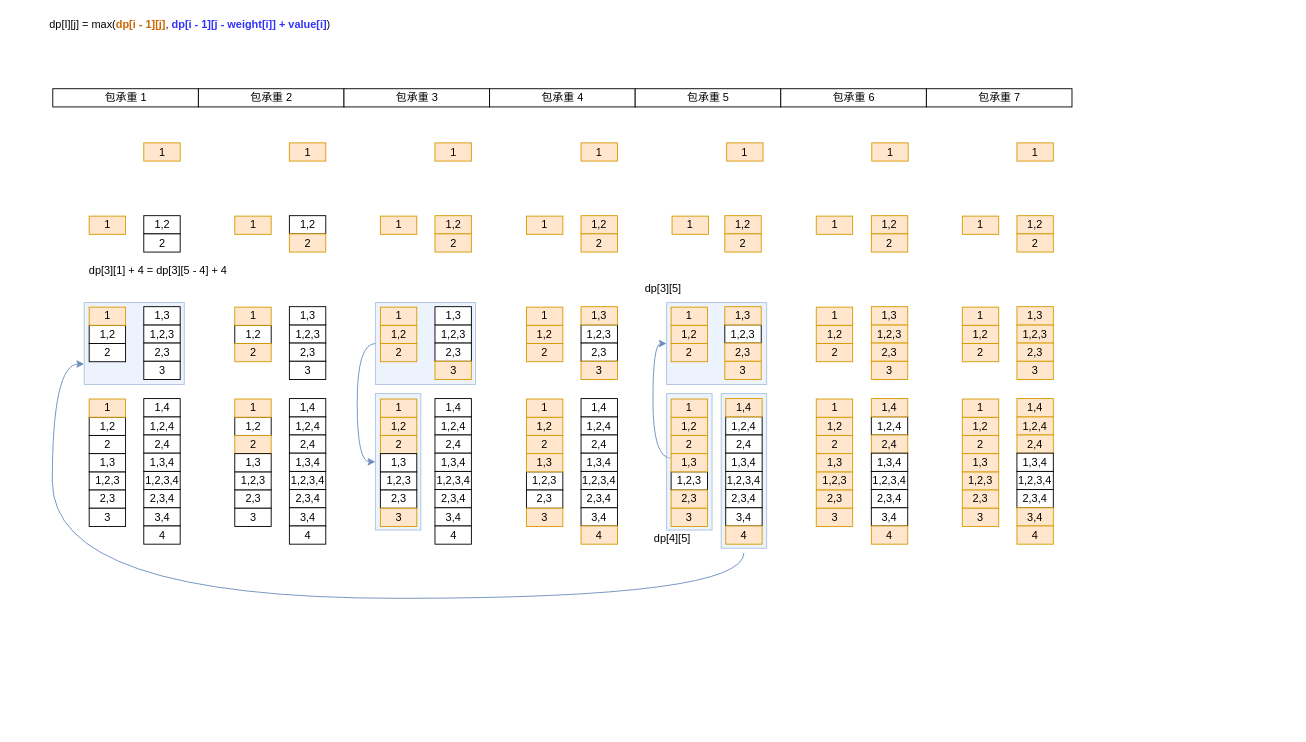
Earlier version of the draw.io diagram leetcode/backpack.drawio (rabbitcount/drawio). Source tidied: cells renumbered, new cells numbered last; positions are measured from the earlier drawing's top-left corner, leaving out a move shared by most shapes. Both pictures are drawn from the tidied source at 91%, with x=0, y=0 at pixel (43, 15).
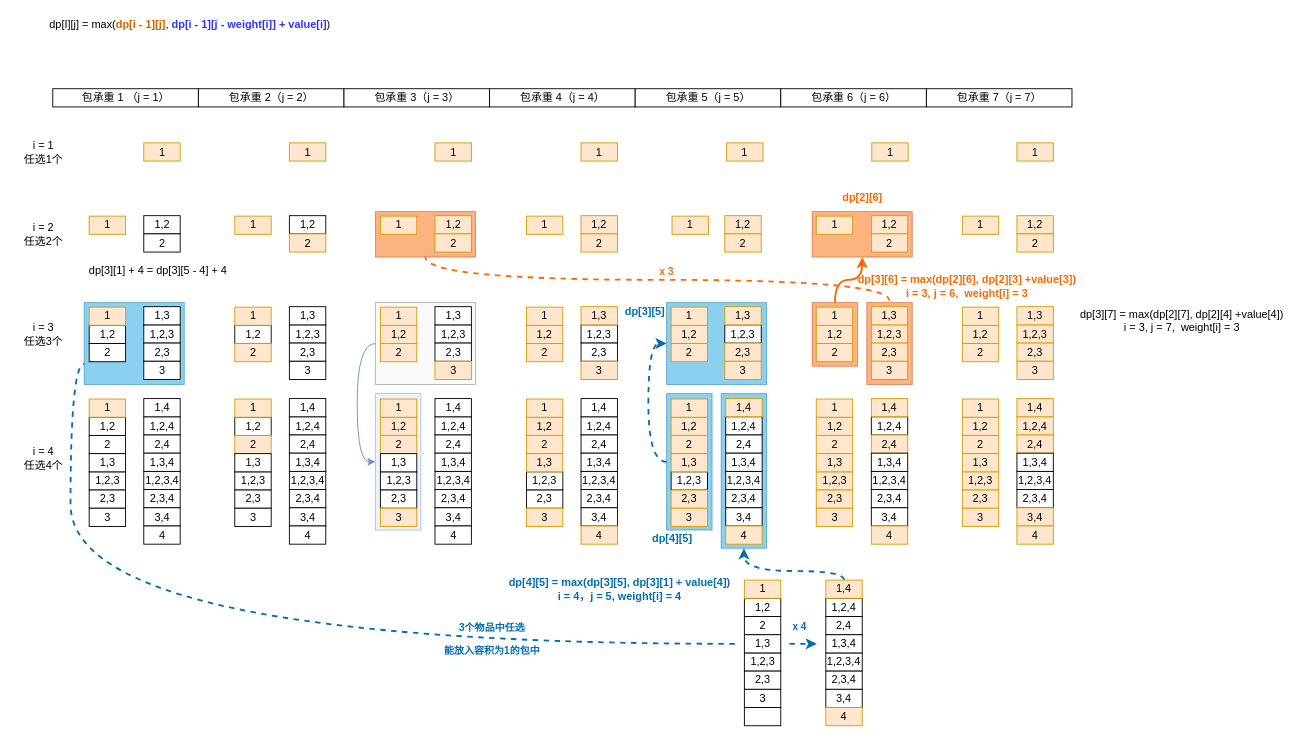
The same page after the edit.

Unchanged cells that the change refers to:
```xml
<mxCell id="129" value="1,3" style="rounded=0;whiteSpace=wrap;html=1;fillColor=#ffe6cc;strokeColor=#d79b00;" parent="1" vertex="1">
  <mxGeometry x="690" y="481" width="40" height="20" as="geometry" />
</mxCell>
```

Diff of the diagram source:
```diff
@@
+    <mxCell id="204" style="rounded=0;whiteSpace=wrap;html=1;fillColor=#fa6800;strokeColor=#C73500;opacity=50;fontColor=#000000;" parent="1" vertex="1">
+      <mxGeometry x="365" y="215" width="110" height="50" as="geometry" />
+    </mxCell>
+    <mxCell id="205" style="rounded=0;whiteSpace=wrap;html=1;fillColor=#fa6800;strokeColor=#C73500;opacity=50;fontColor=#000000;" parent="1" vertex="1">
+      <mxGeometry x="845" y="215" width="110" height="50" as="geometry" />
+    </mxCell>
+    <mxCell id="206" style="rounded=0;whiteSpace=wrap;html=1;fillColor=#fa6800;strokeColor=#C73500;opacity=50;fontColor=#000000;" parent="1" vertex="1">
+      <mxGeometry x="905" y="315" width="50" height="90" as="geometry" />
+    </mxCell>
+    <mxCell id="207" style="edgeStyle=orthogonalEdgeStyle;curved=1;rounded=0;jettySize=auto;html=1;entryX=0.5;entryY=1;entryDx=0;entryDy=0;fontColor=#000000;strokeColor=#FA6800;strokeWidth=2;" parent="1" edge="1" source="208" target="205">
+      <mxGeometry relative="1" as="geometry" />
+    </mxCell>
+    <mxCell id="208" style="rounded=0;whiteSpace=wrap;html=1;fillColor=#fa6800;strokeColor=#C73500;opacity=50;fontColor=#000000;" parent="1" vertex="1">
+      <mxGeometry x="845" y="315" width="50" height="70" as="geometry" />
+    </mxCell>
-    <mxCell id="2" style="rounded=0;whiteSpace=wrap;html=1;fillColor=#dae8fc;strokeColor=#6c8ebf;opacity=50;" parent="1" vertex="1">
+    <mxCell id="2" style="rounded=0;whiteSpace=wrap;html=1;fillColor=#1ba1e2;strokeColor=#006EAF;opacity=50;fontColor=#ffffff;" parent="1" vertex="1">
       <mxGeometry x="45" y="315" width="110" height="90" as="geometry" />
     </mxCell>
-    <mxCell id="3" style="rounded=0;whiteSpace=wrap;html=1;fillColor=#dae8fc;strokeColor=#6c8ebf;opacity=50;" parent="1" vertex="1">
+    <mxCell id="3" style="rounded=0;whiteSpace=wrap;html=1;fillColor=#1ba1e2;strokeColor=#006EAF;opacity=50;fontColor=#ffffff;" parent="1" vertex="1">
       <mxGeometry x="745" y="415" width="50" height="170" as="geometry" />
     </mxCell>
-    <mxCell id="4" style="edgeStyle=orthogonalEdgeStyle;curved=1;rounded=0;jettySize=auto;html=1;entryX=0;entryY=0.5;entryDx=0;entryDy=0;fontColor=#000000;strokeColor=#6C8EBF;exitX=0;exitY=0.25;exitDx=0;exitDy=0;" parent="1" edge="1" source="129" target="6">
+    <mxCell id="4" style="edgeStyle=orthogonalEdgeStyle;curved=1;rounded=0;jettySize=auto;html=1;entryX=0;entryY=0.5;entryDx=0;entryDy=0;fontColor=#000000;strokeColor=#006EAF;exitX=0;exitY=0.5;exitDx=0;exitDy=0;strokeWidth=2;dashed=1;" parent="1" edge="1" source="5" target="6">
       <mxGeometry relative="1" as="geometry" />
     </mxCell>
-    <mxCell id="5" style="rounded=0;whiteSpace=wrap;html=1;fillColor=#dae8fc;strokeColor=#6c8ebf;opacity=50;" parent="1" vertex="1">
+    <mxCell id="5" style="rounded=0;whiteSpace=wrap;html=1;fillColor=#1ba1e2;strokeColor=#006EAF;opacity=50;fontColor=#ffffff;" parent="1" vertex="1">
       <mxGeometry x="685" y="415" width="50" height="150" as="geometry" />
     </mxCell>
-    <mxCell id="6" style="rounded=0;whiteSpace=wrap;html=1;fillColor=#dae8fc;strokeColor=#6c8ebf;opacity=50;" parent="1" vertex="1">
+    <mxCell id="6" style="rounded=0;whiteSpace=wrap;html=1;fillColor=#1ba1e2;strokeColor=#006EAF;opacity=50;fontColor=#ffffff;" parent="1" vertex="1">
       <mxGeometry x="685" y="315" width="110" height="90" as="geometry" />
     </mxCell>
-    <mxCell id="7" style="rounded=0;whiteSpace=wrap;html=1;fillColor=#dae8fc;strokeColor=#6c8ebf;opacity=50;" parent="1" vertex="1">
+    <mxCell id="7" style="rounded=0;whiteSpace=wrap;html=1;fillColor=#f5f5f5;strokeColor=#666666;opacity=50;fontColor=#333333;" parent="1" vertex="1">
       <mxGeometry x="365" y="315" width="110" height="90" as="geometry" />
     </mxCell>
@@
-    <mxCell id="139" value="包承重 1" style="rounded=0;whiteSpace=wrap;html=1;" parent="1" vertex="1">
+    <mxCell id="139" value="包承重 1 （j = 1）" style="rounded=0;whiteSpace=wrap;html=1;" parent="1" vertex="1">
       <mxGeometry x="10.5" y="80" width="160" height="20" as="geometry" />
     </mxCell>
-    <mxCell id="140" value="包承重 2" style="rounded=0;whiteSpace=wrap;html=1;" parent="1" vertex="1">
+    <mxCell id="140" value="包承重 2（j = 2）" style="rounded=0;whiteSpace=wrap;html=1;" parent="1" vertex="1">
       <mxGeometry x="170.5" y="80" width="160" height="20" as="geometry" />
     </mxCell>
-    <mxCell id="141" value="包承重 3" style="rounded=0;whiteSpace=wrap;html=1;" parent="1" vertex="1">
+    <mxCell id="141" value="包承重 3（j = 3）" style="rounded=0;whiteSpace=wrap;html=1;" parent="1" vertex="1">
       <mxGeometry x="330.5" y="80" width="160" height="20" as="geometry" />
     </mxCell>
-    <mxCell id="142" value="包承重 4" style="rounded=0;whiteSpace=wrap;html=1;" parent="1" vertex="1">
+    <mxCell id="142" value="包承重 4（j = 4）" style="rounded=0;whiteSpace=wrap;html=1;" parent="1" vertex="1">
       <mxGeometry x="490.5" y="80" width="160" height="20" as="geometry" />
     </mxCell>
-    <mxCell id="143" value="包承重 5" style="rounded=0;whiteSpace=wrap;html=1;" parent="1" vertex="1">
+    <mxCell id="143" value="包承重 5（j = 5）" style="rounded=0;whiteSpace=wrap;html=1;" parent="1" vertex="1">
       <mxGeometry x="650.5" y="80" width="160" height="20" as="geometry" />
     </mxCell>
-    <mxCell id="144" value="包承重 6" style="rounded=0;whiteSpace=wrap;html=1;" parent="1" vertex="1">
+    <mxCell id="144" value="包承重 6（j = 6）" style="rounded=0;whiteSpace=wrap;html=1;" parent="1" vertex="1">
       <mxGeometry x="810.5" y="80" width="160" height="20" as="geometry" />
     </mxCell>
@@
+    <mxCell id="209" style="edgeStyle=orthogonalEdgeStyle;curved=1;rounded=0;jettySize=auto;html=1;entryX=0.5;entryY=1;entryDx=0;entryDy=0;fontColor=#000000;strokeColor=#FA6800;dashed=1;endArrow=none;endFill=0;strokeWidth=2;" parent="1" edge="1" target="204">
+      <mxGeometry relative="1" as="geometry">
+        <mxPoint x="930" y="313" as="sourcePoint" />
+        <Array as="points">
+          <mxPoint x="930" y="290" />
+          <mxPoint x="420" y="290" />
+        </Array>
+      </mxGeometry>
+    </mxCell>
+    <mxCell id="210" value="x 3" style="edgeLabel;html=1;align=center;verticalAlign=middle;fontColor=#FA6800;fontStyle=1;" parent="209" vertex="1">
+      <mxGeometry x="-0.03" y="-3" relative="1" as="geometry">
+        <mxPoint x="2" y="-7" as="offset" />
+      </mxGeometry>
+    </mxCell>
@@
-    <mxCell id="171" value="包承重 7" style="rounded=0;whiteSpace=wrap;html=1;" parent="1" vertex="1">
+    <mxCell id="171" value="包承重 7（j = 7）" style="rounded=0;whiteSpace=wrap;html=1;" parent="1" vertex="1">
       <mxGeometry x="970.5" y="80" width="160" height="20" as="geometry" />
     </mxCell>
@@
-    <mxCell id="200" value="&lt;font color=&quot;#000000&quot;&gt;dp[3][5]&lt;/font&gt;" style="text;html=1;align=center;verticalAlign=middle;strokeColor=none;fillColor=none;fontColor=#3333FF;" parent="1" vertex="1">
-      <mxGeometry x="650.5" y="290" width="60" height="20" as="geometry" />
+    <mxCell id="200" value="&lt;font&gt;dp[3][5]&lt;/font&gt;" style="text;html=1;align=center;verticalAlign=middle;strokeColor=none;fillColor=none;fontColor=#006EAF;fontStyle=1;" parent="1" vertex="1">
+      <mxGeometry x="631" y="315" width="60" height="20" as="geometry" />
     </mxCell>
-    <mxCell id="201" value="&lt;font color=&quot;#000000&quot;&gt;dp[4][5]&lt;/font&gt;" style="text;html=1;align=center;verticalAlign=middle;strokeColor=none;fillColor=none;fontColor=#3333FF;" parent="1" vertex="1">
+    <mxCell id="201" value="&lt;font&gt;dp[4][5]&lt;/font&gt;" style="text;html=1;align=center;verticalAlign=middle;strokeColor=none;fillColor=none;fontColor=#006EAF;fontStyle=1;" parent="1" vertex="1">
       <mxGeometry x="660.5" y="565" width="60" height="20" as="geometry" />
     </mxCell>
@@
-    <mxCell id="203" style="edgeStyle=orthogonalEdgeStyle;curved=1;rounded=0;jettySize=auto;html=1;fontColor=#000000;strokeColor=#6C8EBF;entryX=0;entryY=0.75;entryDx=0;entryDy=0;" parent="1" edge="1" target="2">
+    <mxCell id="203" style="edgeStyle=orthogonalEdgeStyle;curved=1;rounded=0;jettySize=auto;html=1;fontColor=#000000;strokeColor=#006EAF;entryX=0;entryY=0.75;entryDx=0;entryDy=0;endArrow=none;endFill=0;dashed=1;strokeWidth=2;" parent="1" edge="1" target="2">
       <mxGeometry relative="1" as="geometry">
-        <mxPoint x="770" y="590" as="sourcePoint" />
+        <mxPoint x="760" y="690" as="sourcePoint" />
         <Array as="points">
-          <mxPoint x="770" y="640" />
-          <mxPoint x="10" y="640" />
-          <mxPoint x="10" y="383" />
+          <mxPoint x="30" y="690" />
+          <mxPoint x="30" y="383" />
         </Array>
       </mxGeometry>
     </mxCell>
+    <mxCell id="211" value="3个物品中任选&lt;br&gt;&lt;br&gt;能放入容积为1的包中" style="edgeLabel;html=1;align=center;verticalAlign=middle;fontColor=#006EAF;labelBackgroundColor=none;fontStyle=1;" parent="203" vertex="1">
+      <mxGeometry x="-0.49" y="-6" relative="1" as="geometry" />
+    </mxCell>
+    <mxCell id="212" value="dp[2][6]" style="text;html=1;align=center;verticalAlign=middle;strokeColor=none;fillColor=none;fontColor=#FA6800;fontStyle=1;" parent="1" vertex="1">
+      <mxGeometry x="870" y="190" width="60" height="20" as="geometry" />
+    </mxCell>
+    <mxCell id="213" value="1,2,4" style="rounded=0;whiteSpace=wrap;html=1;" parent="1" vertex="1">
+      <mxGeometry x="860" y="640" width="40" height="20" as="geometry" />
+    </mxCell>
+    <mxCell id="214" value="2,4" style="rounded=0;whiteSpace=wrap;html=1;" parent="1" vertex="1">
+      <mxGeometry x="860" y="660" width="40" height="20" as="geometry" />
+    </mxCell>
+    <mxCell id="215" style="edgeStyle=orthogonalEdgeStyle;curved=1;rounded=0;jettySize=auto;html=1;entryX=0.5;entryY=1;entryDx=0;entryDy=0;fontColor=#000000;strokeColor=#006EAF;strokeWidth=2;dashed=1;" parent="1" edge="1" source="216" target="3">
+      <mxGeometry relative="1" as="geometry">
+        <Array as="points">
+          <mxPoint x="880" y="610" />
+          <mxPoint x="770" y="610" />
+        </Array>
+      </mxGeometry>
+    </mxCell>
+    <mxCell id="216" value="1,4" style="rounded=0;whiteSpace=wrap;html=1;fillColor=#ffe6cc;strokeColor=#d79b00;" parent="1" vertex="1">
+      <mxGeometry x="860" y="620" width="40" height="20" as="geometry" />
+    </mxCell>
+    <mxCell id="217" value="1,2,3,4" style="rounded=0;whiteSpace=wrap;html=1;" parent="1" vertex="1">
+      <mxGeometry x="860" y="700" width="40" height="20" as="geometry" />
+    </mxCell>
+    <mxCell id="218" value="2,3,4" style="rounded=0;whiteSpace=wrap;html=1;" parent="1" vertex="1">
+      <mxGeometry x="860" y="720" width="40" height="20" as="geometry" />
+    </mxCell>
+    <mxCell id="219" value="1,3,4" style="rounded=0;whiteSpace=wrap;html=1;" parent="1" vertex="1">
+      <mxGeometry x="860" y="680" width="40" height="20" as="geometry" />
+    </mxCell>
+    <mxCell id="220" value="3,4" style="rounded=0;whiteSpace=wrap;html=1;" parent="1" vertex="1">
+      <mxGeometry x="860" y="740" width="40" height="20" as="geometry" />
+    </mxCell>
+    <mxCell id="221" value="4" style="rounded=0;whiteSpace=wrap;html=1;fillColor=#ffe6cc;strokeColor=#d79b00;" parent="1" vertex="1">
+      <mxGeometry x="860" y="760" width="40" height="20" as="geometry" />
+    </mxCell>
+    <mxCell id="222" value="1,2" style="rounded=0;whiteSpace=wrap;html=1;" parent="1" vertex="1">
+      <mxGeometry x="770.5" y="640" width="40" height="20" as="geometry" />
+    </mxCell>
+    <mxCell id="223" value="2" style="rounded=0;whiteSpace=wrap;html=1;" parent="1" vertex="1">
+      <mxGeometry x="770.5" y="660" width="40" height="20" as="geometry" />
+    </mxCell>
+    <mxCell id="224" style="edgeStyle=orthogonalEdgeStyle;rounded=0;orthogonalLoop=1;jettySize=auto;html=1;fontColor=#000000;strokeColor=#006EAF;curved=1;strokeWidth=2;dashed=1;" parent="1" edge="1">
+      <mxGeometry relative="1" as="geometry">
+        <mxPoint x="820" y="690" as="sourcePoint" />
+        <mxPoint x="850" y="690" as="targetPoint" />
+      </mxGeometry>
+    </mxCell>
+    <mxCell id="225" value="x 4" style="edgeLabel;html=1;align=center;verticalAlign=middle;fontColor=#006EAF;fontStyle=1;" parent="224" vertex="1">
+      <mxGeometry x="-0.42" y="4" relative="1" as="geometry">
+        <mxPoint x="1" y="-16" as="offset" />
+      </mxGeometry>
+    </mxCell>
+    <mxCell id="226" value="1,2,3" style="rounded=0;whiteSpace=wrap;html=1;" parent="1" vertex="1">
+      <mxGeometry x="770.5" y="700" width="40" height="20" as="geometry" />
+    </mxCell>
+    <mxCell id="227" value="2,3" style="rounded=0;whiteSpace=wrap;html=1;" parent="1" vertex="1">
+      <mxGeometry x="770.5" y="720" width="40" height="20" as="geometry" />
+    </mxCell>
+    <mxCell id="228" value="1,3" style="rounded=0;whiteSpace=wrap;html=1;" parent="1" vertex="1">
+      <mxGeometry x="770.5" y="680" width="40" height="20" as="geometry" />
+    </mxCell>
+    <mxCell id="229" value="3" style="rounded=0;whiteSpace=wrap;html=1;" parent="1" vertex="1">
+      <mxGeometry x="770.5" y="740" width="40" height="20" as="geometry" />
+    </mxCell>
+    <mxCell id="230" style="rounded=0;whiteSpace=wrap;html=1;" parent="1" vertex="1">
+      <mxGeometry x="770.5" y="760" width="40" height="20" as="geometry" />
+    </mxCell>
+    <mxCell id="231" value="1" style="rounded=0;whiteSpace=wrap;html=1;fillColor=#ffe6cc;strokeColor=#d79b00;" parent="1" vertex="1">
+      <mxGeometry x="770.5" y="620" width="40" height="20" as="geometry" />
+    </mxCell>
+    <mxCell id="232" value="&lt;font&gt;dp[3][6] = max(&lt;/font&gt;&lt;span style=&quot;&quot;&gt;dp[2][6]&lt;/span&gt;&lt;font&gt;, dp[2][3] +&lt;/font&gt;&lt;span style=&quot;&quot;&gt;value[3]&lt;/span&gt;&lt;font&gt;)&lt;br&gt;&lt;/font&gt;&lt;span style=&quot;&quot;&gt;i = 3, j = 6,&amp;nbsp; weight[i] = 3&lt;/span&gt;&lt;font&gt;&lt;br&gt;&lt;/font&gt;" style="text;html=1;align=center;verticalAlign=middle;strokeColor=none;fillColor=none;fontColor=#FA6800;fontStyle=1;" parent="1" vertex="1">
+      <mxGeometry x="885" y="282" width="260" height="30" as="geometry" />
+    </mxCell>
+    <mxCell id="233" value="&lt;font&gt;dp[4][5] = max(&lt;/font&gt;&lt;span style=&quot;&quot;&gt;dp[3][5]&lt;/span&gt;&lt;font&gt;, dp[3][1] + value[4])&lt;br&gt;&lt;div style=&quot;text-align: center&quot;&gt;&lt;span&gt;i = 4，j = 5, weight[i] = 4&lt;/span&gt;&lt;/div&gt;&lt;/font&gt;" style="text;html=1;align=left;verticalAlign=middle;strokeColor=none;fillColor=none;fontColor=#006EAF;fontStyle=1;" parent="1" vertex="1">
+      <mxGeometry x="510" y="615" width="260" height="30" as="geometry" />
+    </mxCell>
+    <mxCell id="234" value="i = 1&lt;br&gt;任选1个" style="text;html=1;align=center;verticalAlign=middle;strokeColor=none;fillColor=none;fontColor=#000000;" parent="1" vertex="1">
+      <mxGeometry x="-30" y="134.5" width="60" height="30" as="geometry" />
+    </mxCell>
+    <mxCell id="235" value="i = 2&lt;br&gt;任选2个" style="text;html=1;align=center;verticalAlign=middle;strokeColor=none;fillColor=none;fontColor=#000000;" parent="1" vertex="1">
+      <mxGeometry x="-30" y="225" width="60" height="30" as="geometry" />
+    </mxCell>
+    <mxCell id="236" value="i = 3&lt;br&gt;任选3个" style="text;html=1;align=center;verticalAlign=middle;strokeColor=none;fillColor=none;fontColor=#000000;" parent="1" vertex="1">
+      <mxGeometry x="-30" y="334.5" width="60" height="30" as="geometry" />
+    </mxCell>
+    <mxCell id="237" value="i = 4&lt;br&gt;任选4个" style="text;html=1;align=center;verticalAlign=middle;strokeColor=none;fillColor=none;fontColor=#000000;" parent="1" vertex="1">
+      <mxGeometry x="-30" y="470.5" width="60" height="30" as="geometry" />
+    </mxCell>
+    <mxCell id="238" value="&lt;font color=&quot;#000000&quot;&gt;dp[3][7] = max(&lt;/font&gt;&lt;span style=&quot;color: rgb(0 , 0 , 0)&quot;&gt;dp[2][7]&lt;/span&gt;&lt;font color=&quot;#000000&quot;&gt;, dp[2][4] +&lt;/font&gt;&lt;span style=&quot;color: rgb(0 , 0 , 0)&quot;&gt;value[4]&lt;/span&gt;&lt;font color=&quot;#000000&quot;&gt;)&lt;br&gt;&lt;/font&gt;&lt;span style=&quot;color: rgb(0 , 0 , 0)&quot;&gt;i = 3, j = 7,&amp;nbsp; weight[i] = 3&lt;/span&gt;&lt;font color=&quot;#000000&quot;&gt;&lt;br&gt;&lt;/font&gt;" style="text;html=1;align=center;verticalAlign=middle;strokeColor=none;fillColor=none;fontColor=#3333FF;" parent="1" vertex="1">
+      <mxGeometry x="1130.5" y="319.5" width="240" height="30" as="geometry" />
+    </mxCell>
```
